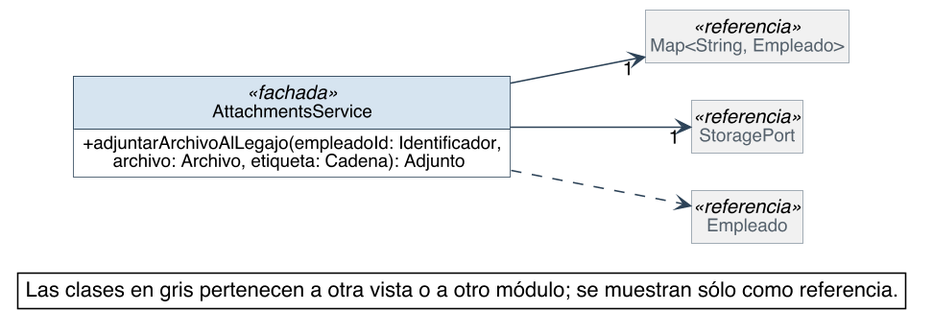
The PlantUML diagram diagramas/clases-diseno/DC_Mod_Adjuntos.png in Nahuelito-Dev/splg-docs, before a commit. The source it was exported from:
```plantuml
@startuml
skinparam backgroundColor #FFFFFF
skinparam shadowing false
skinparam defaultFontName Helvetica
skinparam defaultFontSize 13
skinparam dpi 150
skinparam nodesep 40
skinparam ranksep 55
skinparam classAttributeIconSize 0
skinparam roundCorner 0
skinparam genericDisplay old
skinparam class {
  BorderColor #2C4257
  BackgroundColor #FFFFFF
  ArrowColor #2C4257
  FontSize 14
  AttributeFontSize 12
  HeaderBackgroundColor #E8EEF3
}
skinparam class<<referencia>> {
  BackgroundColor #F1F1F1
  BorderColor #8A97A3
  FontColor #55616C
}
skinparam class<<fachada>> {
  HeaderBackgroundColor #D6E4F0
}
skinparam class<<controlador>> {
  HeaderBackgroundColor #D6E4F0
}
skinparam class<<fabricación pura>> {
  HeaderBackgroundColor #F3E9CF
}
skinparam class<<colección>> {
  HeaderBackgroundColor #E6E6E6
}
skinparam class<<adaptador>> {
  HeaderBackgroundColor #DCEBDD
}
skinparam interface {
  BorderColor #2C4257
  BackgroundColor #FFFFFF
  HeaderBackgroundColor #DCEBDD
  FontSize 14
  AttributeFontSize 12
}
skinparam note {
  BackgroundColor #FFFFFF
  BorderColor #2C4257
}
skinparam packageStyle rectangle
skinparam package {
  BorderColor #8A97A3
  FontSize 13
  FontColor #55616C
}
hide circle
hide empty members

left to right direction
skinparam nodesep 25
skinparam ranksep 90
class AttachmentsService <<fachada>> {
  + adjuntarArchivoAlLegajo(empleadoId: Identificador,\n      archivo: Archivo, etiqueta: Cadena): Adjunto
}
class "Map<String, Empleado>" as Map_String_Empleado <<referencia>>
class StoragePort <<referencia>>
class Empleado <<referencia>>

AttachmentsService --> "1" Map_String_Empleado
AttachmentsService --> "1" StoragePort
AttachmentsService ..> Empleado

legend bottom right
  Las clases en gris pertenecen a otra vista o a otro módulo; se muestran sólo como referencia.
endlegend
@enduml
```
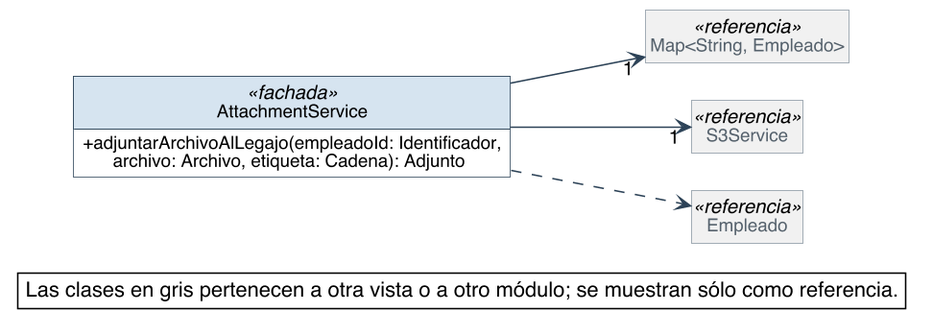
Later version of the same file.

What changed in the source:
```diff
@@ -60,16 +60,16 @@
 left to right direction
 skinparam nodesep 25
 skinparam ranksep 90
-class AttachmentsService <<fachada>> {
+class AttachmentService <<fachada>> {
   + adjuntarArchivoAlLegajo(empleadoId: Identificador,\n      archivo: Archivo, etiqueta: Cadena): Adjunto
 }
 class "Map<String, Empleado>" as Map_String_Empleado <<referencia>>
-class StoragePort <<referencia>>
+class S3Service <<referencia>>
 class Empleado <<referencia>>
 
-AttachmentsService --> "1" Map_String_Empleado
-AttachmentsService --> "1" StoragePort
-AttachmentsService ..> Empleado
+AttachmentService --> "1" Map_String_Empleado
+AttachmentService --> "1" S3Service
+AttachmentService ..> Empleado
 
 legend bottom right
   Las clases en gris pertenecen a otra vista o a otro módulo; se muestran sólo como referencia.
```
